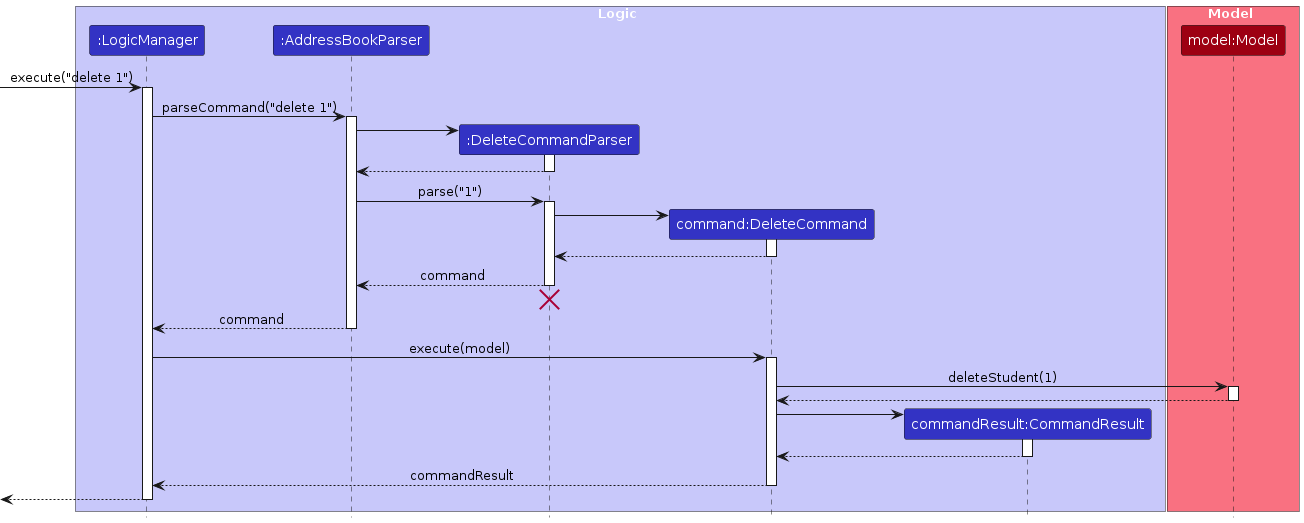
Above: diagrams/DeleteSequenceDiagram.png in Fui03/tp (PlantUML), before the change. Its source is kept beside it as diagrams/DeleteSequenceDiagram.puml.
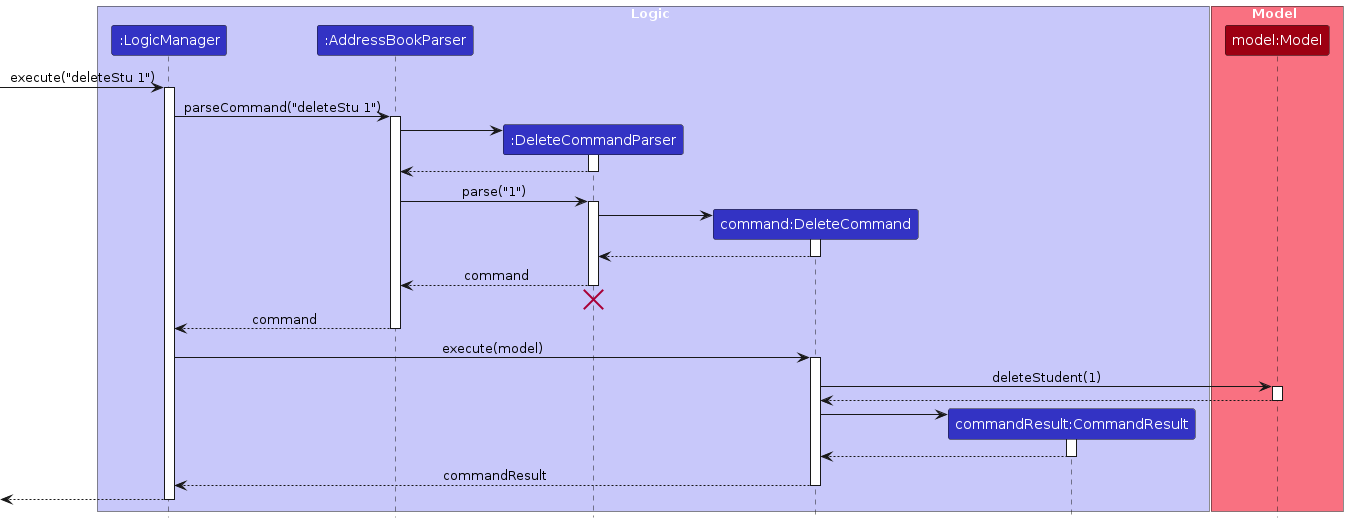
The same diagram one commit later.

The edit, as a diff of the source:
```diff
@@ -14,10 +14,10 @@
 participant "model:Model" as Model MODEL_COLOR
 end box
 
-[-> LogicManager : execute("delete 1")
+[-> LogicManager : execute("deleteStu 1")
 activate LogicManager
 
-LogicManager -> AddressBookParser : parseCommand("delete 1")
+LogicManager -> AddressBookParser : parseCommand("deleteStu 1")
 activate AddressBookParser
 
 create DeleteCommandParser
```
